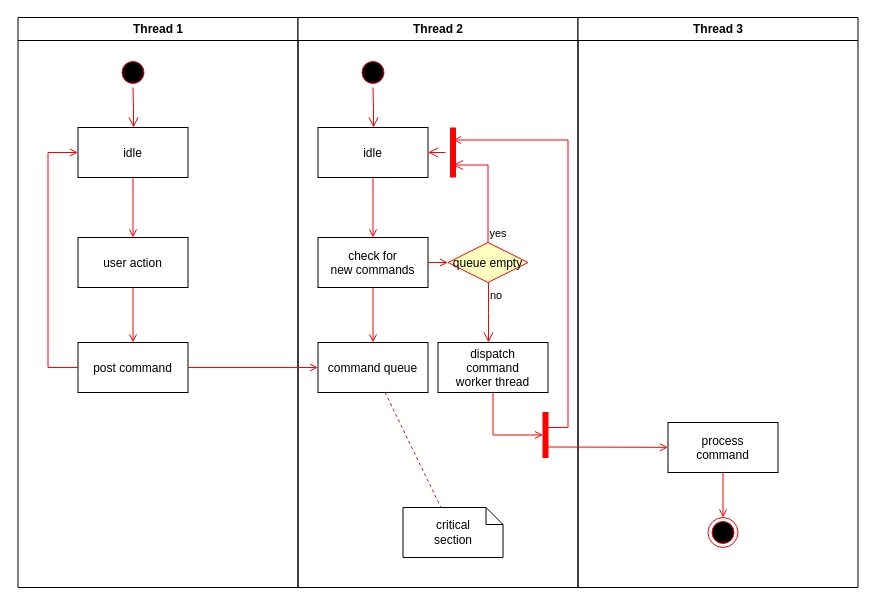
This is feature/function-story-813延迟看单.drawio from gongyao1992/draw, a draw.io file, before an edit. Source tidied: cells renumbered, new cells numbered last; positions are measured from the earlier drawing's top-left corner, leaving out a move shared by most shapes. Both pictures are drawn from the tidied source at 100%, with x=0, y=0 at pixel (17, 17).
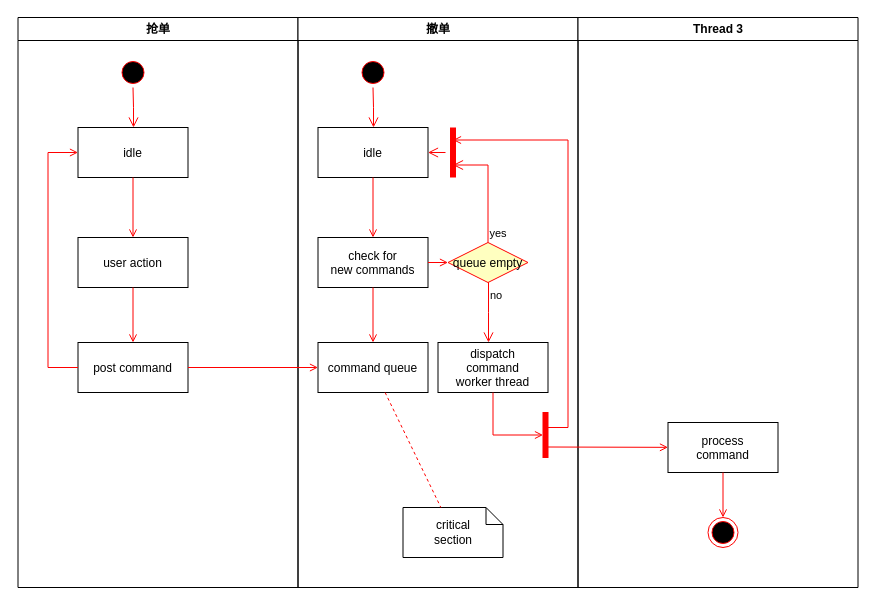
The same diagram, later.

Commit message:
更新function-story-813延迟看单.drawio

Change to the diagram source:
```diff
@@
-    <mxCell id="2" value="Thread 1" style="swimlane;whiteSpace=wrap;" parent="1" vertex="1">
+    <mxCell id="2" value="抢单" style="swimlane;whiteSpace=wrap;" parent="1" vertex="1">
       <mxGeometry x="0.5" width="280" height="570" as="geometry" />
     </mxCell>
@@
-    <mxCell id="11" value="Thread 2" style="swimlane;whiteSpace=wrap;" parent="1" vertex="1">
+    <mxCell id="11" value="撤单" style="swimlane;whiteSpace=wrap;" parent="1" vertex="1">
       <mxGeometry x="280.5" width="280" height="570" as="geometry" />
     </mxCell>
```
